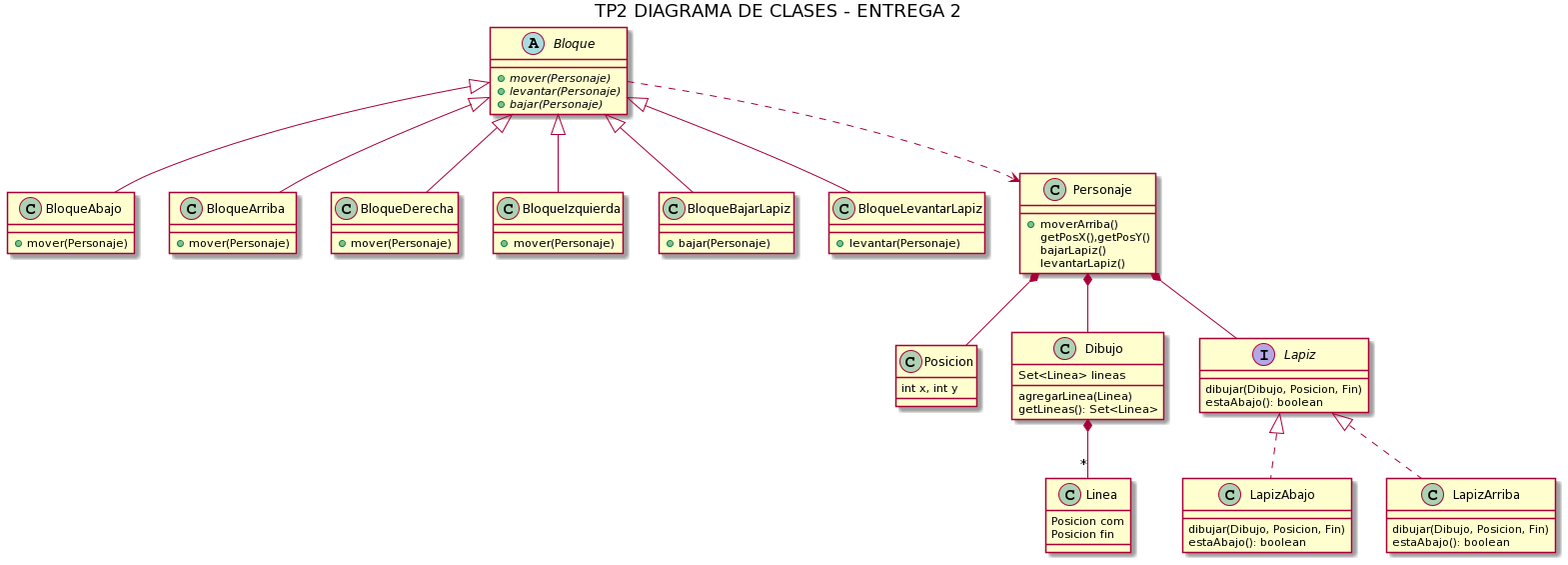
Before: Diagramas/Entrega 2 - Diagrama de Clases.png, a diagram exported from PlantUML (srmaikol/AlgoBlocks). Source of this version:
```plantuml
@startuml
title TP2 DIAGRAMA DE CLASES - ENTREGA 2

abstract Bloque
Bloque : + {abstract} mover(Personaje)
Bloque : + {abstract} levantar(Personaje)
Bloque : + {abstract} bajar(Personaje)

class BloqueAbajo extends Bloque
BloqueAbajo : +mover(Personaje)

class BloqueArriba extends Bloque
BloqueArriba : +mover(Personaje)

class BloqueDerecha extends Bloque
BloqueDerecha : +mover(Personaje)

class BloqueIzquierda extends Bloque
BloqueIzquierda : +mover(Personaje)

class BloqueBajarLapiz extends Bloque
BloqueBajarLapiz : +bajar(Personaje)

class BloqueLevantarLapiz extends Bloque
BloqueLevantarLapiz : +levantar(Personaje)

Bloque ..> Personaje

Personaje *-- Posicion
Posicion : int x, int y

Personaje *--  Dibujo
Personaje : +moverArriba()
Personaje : getPosX(),getPosY()
Personaje : bajarLapiz()
Personaje : levantarLapiz()

interface Lapiz
Personaje *-- Lapiz
Lapiz : dibujar(Dibujo, Posicion, Fin)
Lapiz : estaAbajo(): boolean

class LapizAbajo implements Lapiz
LapizAbajo : dibujar(Dibujo, Posicion, Fin)
LapizAbajo : estaAbajo(): boolean

class LapizArriba implements Lapiz
LapizArriba : dibujar(Dibujo, Posicion, Fin)
LapizArriba : estaAbajo(): boolean

Dibujo *-- "*" Linea
Linea : Posicion com
Linea : Posicion fin


Dibujo : Set<Linea> lineas
Dibujo : agregarLinea(Linea)
Dibujo : getLineas(): Set<Linea>
@enduml
```
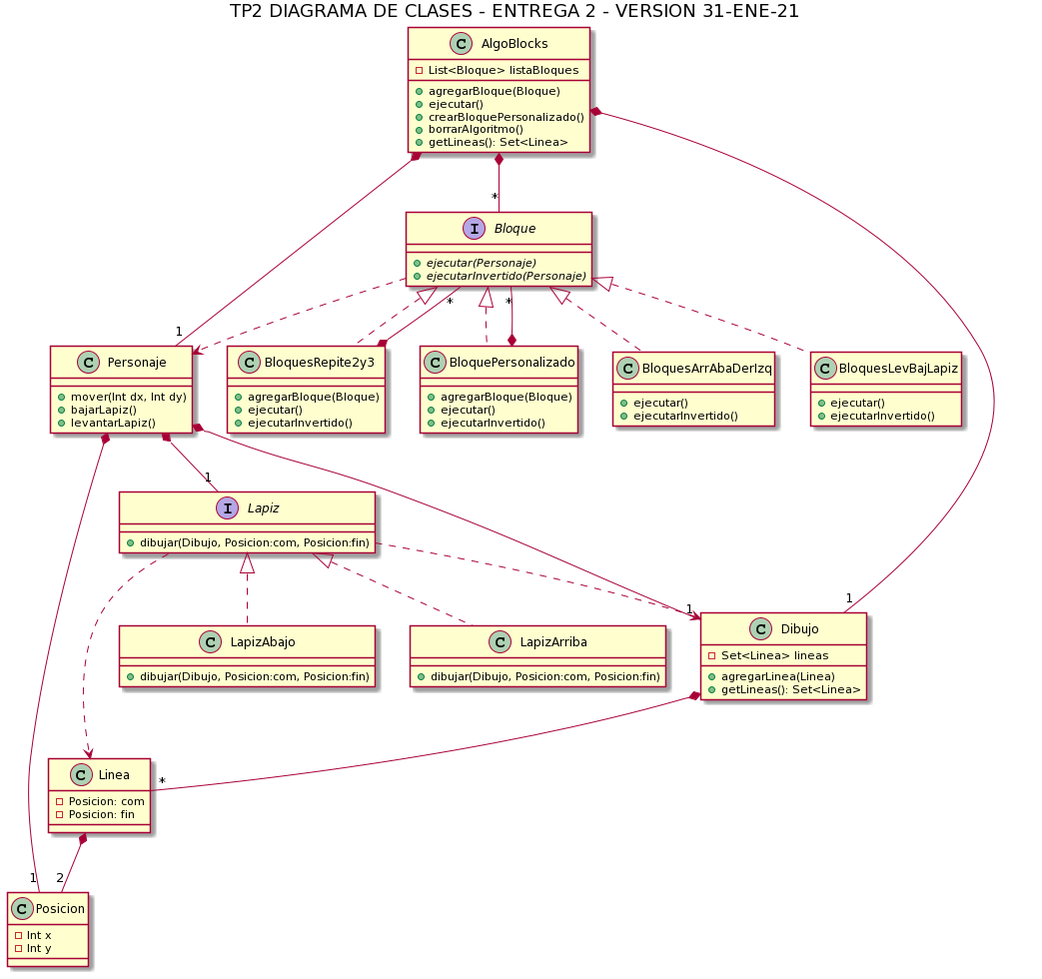
Later version of the same file.

Diff of the diagram source:
```diff
@@ -1,59 +1,74 @@
 @startuml
-title TP2 DIAGRAMA DE CLASES - ENTREGA 2
+title TP2 DIAGRAMA DE CLASES - ENTREGA 2 - VERSION 31-ENE-21
 
-abstract Bloque
-Bloque : + {abstract} mover(Personaje)
-Bloque : + {abstract} levantar(Personaje)
-Bloque : + {abstract} bajar(Personaje)
 
-class BloqueAbajo extends Bloque
-BloqueAbajo : +mover(Personaje)
+AlgoBlocks : -List<Bloque> listaBloques
+AlgoBlocks *-- "*" Bloque
+AlgoBlocks *-- "1" Personaje
+AlgoBlocks *-- "1" Dibujo
 
-class BloqueArriba extends Bloque
-BloqueArriba : +mover(Personaje)
+AlgoBlocks : +agregarBloque(Bloque)
+AlgoBlocks : +ejecutar()
+AlgoBlocks : +crearBloquePersonalizado()
+AlgoBlocks : +borrarAlgoritmo()
+AlgoBlocks : +getLineas(): Set<Linea>
 
-class BloqueDerecha extends Bloque
-BloqueDerecha : +mover(Personaje)
 
-class BloqueIzquierda extends Bloque
-BloqueIzquierda : +mover(Personaje)
+interface Bloque
+Bloque : + {abstract} ejecutar(Personaje)
+Bloque : + {abstract} ejecutarInvertido(Personaje)
 
-class BloqueBajarLapiz extends Bloque
-BloqueBajarLapiz : +bajar(Personaje)
+class BloquesArrAbaDerIzq implements Bloque
+BloquesArrAbaDerIzq : +ejecutar()
+BloquesArrAbaDerIzq : +ejecutarInvertido()
 
-class BloqueLevantarLapiz extends Bloque
-BloqueLevantarLapiz : +levantar(Personaje)
+class BloquesLevBajLapiz implements Bloque
+BloquesLevBajLapiz : +ejecutar()
+BloquesLevBajLapiz : +ejecutarInvertido()
+
+
+class BloquesRepite2y3 implements Bloque
+BloquesRepite2y3 *-- "*" Bloque
+BloquesRepite2y3 : +agregarBloque(Bloque)
+BloquesRepite2y3 : +ejecutar()
+BloquesRepite2y3 : +ejecutarInvertido()
+
+class BloquePersonalizado implements Bloque
+BloquePersonalizado *-- "*" Bloque
+BloquePersonalizado : +agregarBloque(Bloque)
+BloquePersonalizado : +ejecutar()
+BloquePersonalizado : +ejecutarInvertido()
 
 Bloque ..> Personaje
 
-Personaje *-- Posicion
-Posicion : int x, int y
+Personaje *--"1" Posicion
+Posicion : -Int x
+Posicion : -Int y
 
-Personaje *--  Dibujo
-Personaje : +moverArriba()
-Personaje : getPosX(),getPosY()
-Personaje : bajarLapiz()
-Personaje : levantarLapiz()
+Personaje *--"1"  Dibujo
+Personaje : +mover(Int dx, Int dy)
+Personaje : +bajarLapiz()
+Personaje : +levantarLapiz()
 
 interface Lapiz
-Personaje *-- Lapiz
-Lapiz : dibujar(Dibujo, Posicion, Fin)
-Lapiz : estaAbajo(): boolean
+Personaje *--"1" Lapiz
+Lapiz : +dibujar(Dibujo, Posicion:com, Posicion:fin)
+Lapiz ..> Dibujo
+Lapiz ..> Linea
 
 class LapizAbajo implements Lapiz
-LapizAbajo : dibujar(Dibujo, Posicion, Fin)
-LapizAbajo : estaAbajo(): boolean
+LapizAbajo : +dibujar(Dibujo, Posicion:com, Posicion:fin)
 
 class LapizArriba implements Lapiz
-LapizArriba : dibujar(Dibujo, Posicion, Fin)
-LapizArriba : estaAbajo(): boolean
+LapizArriba : +dibujar(Dibujo, Posicion:com, Posicion:fin)
 
 Dibujo *-- "*" Linea
-Linea : Posicion com
-Linea : Posicion fin
+Linea : -Posicion: com
+Linea : -Posicion: fin
+Linea *-- "2" Posicion
 
 
-Dibujo : Set<Linea> lineas
-Dibujo : agregarLinea(Linea)
-Dibujo : getLineas(): Set<Linea>
+Dibujo : -Set<Linea> lineas
+Dibujo : +agregarLinea(Linea)
+Dibujo : +getLineas(): Set<Linea>
 @enduml
```
